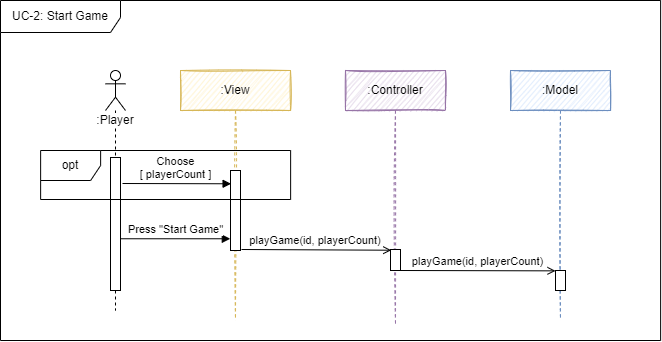
Earlier version of the draw.io export Dokumentation/App/diagrams/laufzeit/UC2_startGame.png (sckoenig/Distributed-Tron). Source tidied: cells renumbered, new cells last; positions are measured from the earlier drawing's top-left corner, leaving out a move shared by most shapes. Source of this version:
```xml
<mxGraphModel>
  <root>
    <mxCell id="0" />
    <mxCell id="1" parent="0" />
    <mxCell id="2" value=":Controller" style="shape=umlLifeline;perimeter=lifelinePerimeter;whiteSpace=wrap;html=1;fillColor=#e1d5e7;strokeColor=#9673a6;sketch=1;" parent="1" vertex="1">
      <mxGeometry x="345" y="70" width="100" height="253" as="geometry" />
    </mxCell>
    <mxCell id="3" style="html=1;perimeter=orthogonalPerimeter;fontSize=12;sketch=0;" parent="2" vertex="1">
      <mxGeometry x="45" y="179" width="10" height="21" as="geometry" />
    </mxCell>
    <mxCell id="4" value=":View" style="shape=umlLifeline;perimeter=lifelinePerimeter;whiteSpace=wrap;html=1;fillColor=#fff2cc;strokeColor=#d6b656;sketch=1;" parent="1" vertex="1">
      <mxGeometry x="180" y="70" width="110" height="250" as="geometry" />
    </mxCell>
    <mxCell id="5" style="html=1;verticalAlign=bottom;endArrow=open;rounded=0;endFill=0;sketch=0;entryX=-0.024;entryY=0.189;entryDx=0;entryDy=0;entryPerimeter=0;" parent="4" edge="1">
      <mxGeometry relative="1" as="geometry">
        <mxPoint x="61" y="179" as="sourcePoint" />
        <mxPoint x="210.8" y="179.7" as="targetPoint" />
      </mxGeometry>
    </mxCell>
    <mxCell id="6" style="html=1;perimeter=orthogonalPerimeter;sketch=0;" parent="4" vertex="1">
      <mxGeometry x="50" y="100" width="10" height="80" as="geometry" />
    </mxCell>
    <mxCell id="7" value=":Model" style="shape=umlLifeline;perimeter=lifelinePerimeter;whiteSpace=wrap;html=1;fillColor=#dae8fc;strokeColor=#6c8ebf;sketch=1;" parent="1" vertex="1">
      <mxGeometry x="510" y="70" width="100" height="250" as="geometry" />
    </mxCell>
    <mxCell id="8" style="html=1;perimeter=orthogonalPerimeter;fontSize=12;sketch=0;" parent="7" vertex="1">
      <mxGeometry x="45" y="200" width="10" height="20" as="geometry" />
    </mxCell>
    <mxCell id="9" value="playGame(id, playerCount)" style="html=1;verticalAlign=bottom;endArrow=open;rounded=0;endFill=0;sketch=0;entryX=0;entryY=0.044;entryDx=0;entryDy=0;entryPerimeter=0;" parent="7" edge="1">
      <mxGeometry relative="1" as="geometry">
        <mxPoint x="-110" y="200" as="sourcePoint" />
        <mxPoint x="45" y="200.4" as="targetPoint" />
      </mxGeometry>
    </mxCell>
    <mxCell id="10" value="&lt;span style=&quot;background-color: rgb(255, 255, 255);&quot;&gt;:Player&lt;/span&gt;" style="shape=umlLifeline;participant=umlActor;perimeter=lifelinePerimeter;whiteSpace=wrap;html=1;verticalAlign=top;spacingTop=36;sketch=0;" parent="1" vertex="1">
      <mxGeometry x="105" y="70" width="20" height="240" as="geometry" />
    </mxCell>
    <mxCell id="11" style="html=1;perimeter=orthogonalPerimeter;fontSize=12;sketch=0;" parent="10" vertex="1">
      <mxGeometry x="5" y="87" width="10" height="133" as="geometry" />
    </mxCell>
    <mxCell id="12" value="Press &quot;Start Game&quot;" style="html=1;verticalAlign=bottom;endArrow=block;rounded=0;sketch=0;entryX=-0.02;entryY=0.042;entryDx=0;entryDy=0;entryPerimeter=0;" parent="1" edge="1">
      <mxGeometry relative="1" as="geometry">
        <mxPoint x="120" y="238.3" as="sourcePoint" />
        <mxPoint x="229.8" y="238.3" as="targetPoint" />
      </mxGeometry>
    </mxCell>
    <mxCell id="13" value="Choose &lt;br&gt;[ playerCount ]" style="html=1;verticalAlign=bottom;endArrow=block;rounded=0;sketch=0;entryX=-0.041;entryY=0.781;entryDx=0;entryDy=0;entryPerimeter=0;" parent="1" edge="1">
      <mxGeometry x="-0.02" relative="1" as="geometry">
        <mxPoint x="122" y="183" as="sourcePoint" />
        <mxPoint x="230.6" y="183.3" as="targetPoint" />
      </mxGeometry>
    </mxCell>
    <mxCell id="14" value="&lt;div style=&quot;text-align: left ; font-size: 11px&quot;&gt;&lt;span style=&quot;font-size: 11px&quot;&gt;playGame(id, playerCount)&lt;/span&gt;&lt;/div&gt;" style="text;html=1;strokeColor=none;fillColor=none;align=center;verticalAlign=middle;whiteSpace=wrap;rounded=0;fontSize=11;sketch=0;" parent="1" vertex="1">
      <mxGeometry x="246.1" y="225.1" width="138" height="30" as="geometry" />
    </mxCell>
    <mxCell id="15" value="opt" style="shape=umlFrame;whiteSpace=wrap;html=1;sketch=0;" parent="1" vertex="1">
      <mxGeometry x="40.1" y="150" width="250" height="49" as="geometry" />
    </mxCell>
    <mxCell id="16" value="UC-2: Start Game" style="shape=umlFrame;whiteSpace=wrap;html=1;sketch=0;fillColor=default;width=120;height=32;" parent="1" vertex="1">
      <mxGeometry width="660.1" height="340" as="geometry" />
    </mxCell>
  </root>
</mxGraphModel>
```
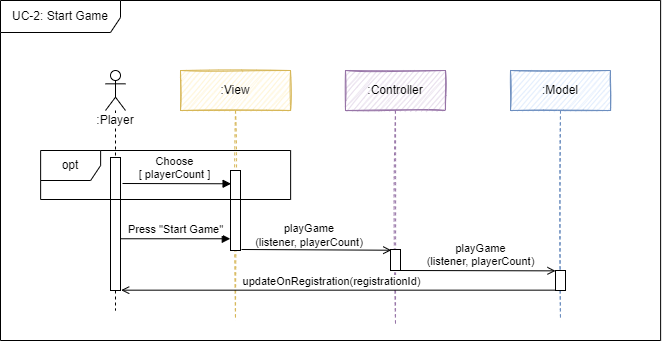
The same diagram one commit later.

Diff of the diagram source:
```diff
@@ -26,8 +26,8 @@
     <mxCell id="8" style="html=1;perimeter=orthogonalPerimeter;fontSize=12;sketch=0;" parent="7" vertex="1">
       <mxGeometry x="45" y="200" width="10" height="20" as="geometry" />
     </mxCell>
-    <mxCell id="9" value="playGame(id, playerCount)" style="html=1;verticalAlign=bottom;endArrow=open;rounded=0;endFill=0;sketch=0;entryX=0;entryY=0.044;entryDx=0;entryDy=0;entryPerimeter=0;" parent="7" edge="1">
-      <mxGeometry relative="1" as="geometry">
+    <mxCell id="9" value="playGame&lt;br&gt;(listener, playerCount)" style="html=1;verticalAlign=bottom;endArrow=open;rounded=0;endFill=0;sketch=0;entryX=0;entryY=0.044;entryDx=0;entryDy=0;entryPerimeter=0;" parent="7" edge="1">
+      <mxGeometry x="0.03" relative="1" as="geometry">
         <mxPoint x="-110" y="200" as="sourcePoint" />
         <mxPoint x="45" y="200.4" as="targetPoint" />
       </mxGeometry>
@@ -50,14 +50,20 @@
         <mxPoint x="230.6" y="183.3" as="targetPoint" />
       </mxGeometry>
     </mxCell>
-    <mxCell id="14" value="&lt;div style=&quot;text-align: left ; font-size: 11px&quot;&gt;&lt;span style=&quot;font-size: 11px&quot;&gt;playGame(id, playerCount)&lt;/span&gt;&lt;/div&gt;" style="text;html=1;strokeColor=none;fillColor=none;align=center;verticalAlign=middle;whiteSpace=wrap;rounded=0;fontSize=11;sketch=0;" parent="1" vertex="1">
-      <mxGeometry x="246.1" y="225.1" width="138" height="30" as="geometry" />
+    <mxCell id="14" value="&lt;div style=&quot;font-size: 11px;&quot;&gt;&lt;span style=&quot;font-size: 11px&quot;&gt;playGame&lt;/span&gt;&lt;/div&gt;&lt;div style=&quot;font-size: 11px;&quot;&gt;&lt;span style=&quot;font-size: 11px&quot;&gt;(listener, playerCount)&lt;/span&gt;&lt;/div&gt;" style="text;html=1;strokeColor=none;fillColor=none;align=center;verticalAlign=middle;whiteSpace=wrap;rounded=0;fontSize=11;sketch=0;" parent="1" vertex="1">
+      <mxGeometry x="240" y="220" width="138" height="30" as="geometry" />
     </mxCell>
-    <mxCell id="15" value="opt" style="shape=umlFrame;whiteSpace=wrap;html=1;sketch=0;" parent="1" vertex="1">
-      <mxGeometry x="40.1" y="150" width="250" height="49" as="geometry" />
+    <mxCell id="15" value="updateOnRegistration(registrationId)" style="html=1;verticalAlign=bottom;endArrow=open;rounded=0;endFill=0;sketch=0;entryX=1.067;entryY=0.99;entryDx=0;entryDy=0;entryPerimeter=0;exitX=-0.017;exitY=0.933;exitDx=0;exitDy=0;exitPerimeter=0;" parent="1" edge="1">
+      <mxGeometry x="0.03" relative="1" as="geometry">
+        <mxPoint x="554.8" y="289.7" as="sourcePoint" />
+        <mxPoint x="120.7" y="289.7" as="targetPoint" />
+      </mxGeometry>
     </mxCell>
-    <mxCell id="16" value="UC-2: Start Game" style="shape=umlFrame;whiteSpace=wrap;html=1;sketch=0;fillColor=default;width=120;height=32;" parent="1" vertex="1">
-      <mxGeometry width="660.1" height="340" as="geometry" />
+    <mxCell id="16" value="opt" style="shape=umlFrame;whiteSpace=wrap;html=1;sketch=0;" parent="1" vertex="1">
+      <mxGeometry x="40.1" y="150" width="250" height="49" as="geometry" />
     </mxCell>
+    <mxCell id="17" value="UC-2: Start Game" style="shape=umlFrame;whiteSpace=wrap;html=1;sketch=0;fillColor=default;width=120;height=32;" parent="1" vertex="1">
+      <mxGeometry width="660.1" height="340" as="geometry" />
+    </mxCell>
   </root>
 </mxGraphModel>
```
